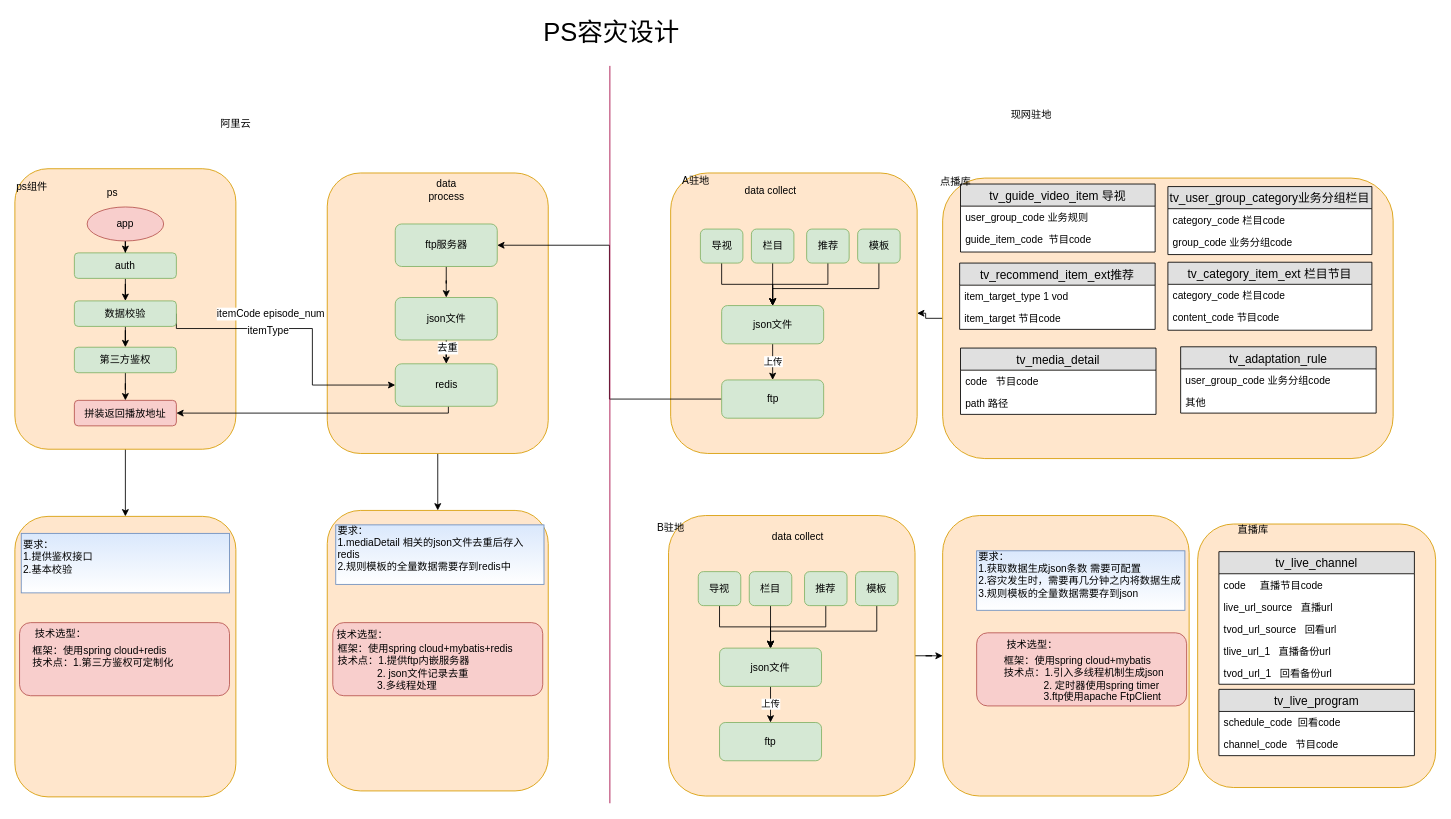
This is ps容灾.drawio from xiayingjie/test, a draw.io file, before an edit. Source tidied: cells renumbered, new cells numbered last; positions are measured from the earlier drawing's top-left corner, leaving out a move shared by most shapes. Both pictures are drawn from the tidied source at 85%, with x=0, y=0 at pixel (14, 14).
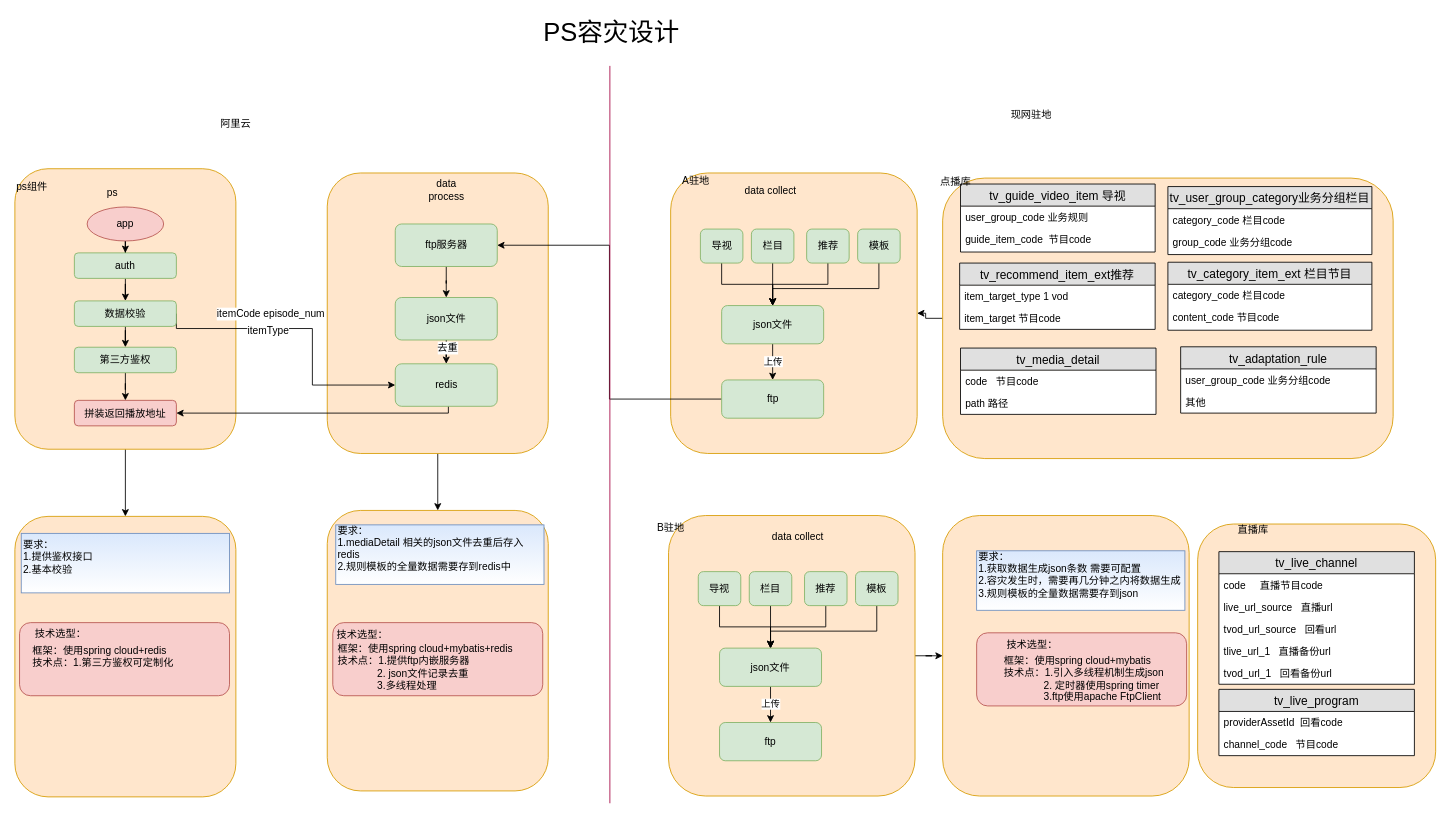
The same diagram, later.

Unchanged cells that the change refers to:
```xml
<mxCell id="106" value="tv_live_program" style="swimlane;fontStyle=0;horizontal=1;startSize=26;fillColor=#e0e0e0;swimlaneFillColor=#ffffff;align=center;fontSize=14;" parent="1" vertex="1">
  <mxGeometry x="1416.5" y="793.5" width="230" height="78" as="geometry" />
</mxCell>
```

Diff of the diagram source:
```diff
@@
-    <mxCell id="107" value="schedule_code  回看code" style="text;strokeColor=none;fillColor=none;spacingLeft=4;spacingRight=4;overflow=hidden;fontSize=12;" parent="106" vertex="1">
+    <mxCell id="107" value="providerAssetId  回看code" style="text;strokeColor=none;fillColor=none;spacingLeft=4;spacingRight=4;overflow=hidden;fontSize=12;" parent="106" vertex="1">
       <mxGeometry y="26" width="230" height="26" as="geometry" />
     </mxCell>
```
